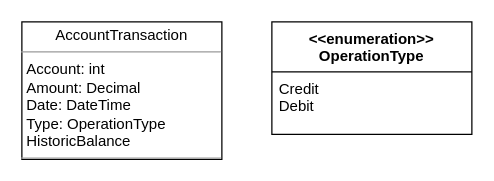
Earlier version of the draw.io diagram Diagrams/classes.drawio (daniel-scatigno/DesafioMttechne). Source tidied: cells renumbered, new cells numbered last; positions are measured from the earlier drawing's top-left corner, leaving out a move shared by most shapes. Both pictures are drawn from the tidied source at 125%, with x=0, y=0 at pixel (21, 21).
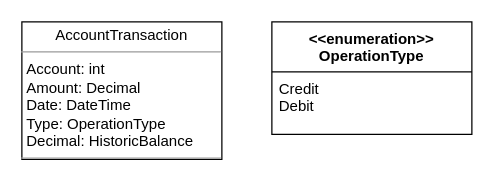
Above is the later version.

Diff of the diagram source:
```diff
@@
 <mxGraphModel>
   <root>
     <mxCell id="0" />
     <mxCell id="1" parent="0" />
-    <mxCell id="2" value="&lt;p style=&quot;margin:0px;margin-top:4px;text-align:center;&quot;&gt;&lt;span class=&quot;pl-en&quot;&gt;AccountTransaction&lt;/span&gt;&lt;br&gt;&lt;/p&gt;&lt;hr size=&quot;1&quot;&gt;&lt;p style=&quot;margin:0px;margin-left:4px;&quot;&gt;Account: int&lt;/p&gt;&lt;p style=&quot;margin:0px;margin-left:4px;&quot;&gt;Amount: Decimal&lt;/p&gt;&lt;p style=&quot;margin:0px;margin-left:4px;&quot;&gt;Date: DateTime&lt;/p&gt;&lt;p style=&quot;margin:0px;margin-left:4px;&quot;&gt;Type: OperationType&lt;/p&gt;&lt;p style=&quot;margin:0px;margin-left:4px;&quot;&gt;HistoricBalance&lt;/p&gt;&lt;hr size=&quot;1&quot;&gt;&lt;p style=&quot;margin:0px;margin-left:4px;&quot;&gt;&lt;br&gt;&lt;/p&gt;" style="verticalAlign=top;align=left;overflow=fill;fontSize=12;fontFamily=Helvetica;html=1;" parent="1" vertex="1">
+    <mxCell id="2" value="&lt;p style=&quot;margin:0px;margin-top:4px;text-align:center;&quot;&gt;&lt;span class=&quot;pl-en&quot;&gt;AccountTransaction&lt;/span&gt;&lt;br&gt;&lt;/p&gt;&lt;hr size=&quot;1&quot;&gt;&lt;p style=&quot;margin:0px;margin-left:4px;&quot;&gt;Account: int&lt;/p&gt;&lt;p style=&quot;margin:0px;margin-left:4px;&quot;&gt;Amount: Decimal&lt;/p&gt;&lt;p style=&quot;margin:0px;margin-left:4px;&quot;&gt;Date: DateTime&lt;/p&gt;&lt;p style=&quot;margin:0px;margin-left:4px;&quot;&gt;Type: OperationType&lt;/p&gt;&lt;p style=&quot;margin:0px;margin-left:4px;&quot;&gt;Decimal: HistoricBalance&lt;/p&gt;&lt;hr size=&quot;1&quot;&gt;&lt;p style=&quot;margin:0px;margin-left:4px;&quot;&gt;&lt;br&gt;&lt;/p&gt;" style="verticalAlign=top;align=left;overflow=fill;fontSize=12;fontFamily=Helvetica;html=1;" parent="1" vertex="1">
       <mxGeometry width="160" height="110" as="geometry" />
     </mxCell>
     <mxCell id="3" value="&lt;&lt;enumeration&gt;&gt;&#10;OperationType" style="swimlane;fontStyle=1;align=center;verticalAlign=top;horizontal=1;startSize=40;" parent="1" vertex="1">
       <mxGeometry x="200" width="160" height="90" as="geometry" />
     </mxCell>
     <mxCell id="4" value="Credit&#10;Debit&#10;" style="text;strokeColor=none;fillColor=none;align=left;verticalAlign=top;spacingLeft=4;spacingRight=4;overflow=hidden;" parent="3" vertex="1">
       <mxGeometry y="40" width="160" height="50" as="geometry" />
     </mxCell>
   </root>
 </mxGraphModel>
```
